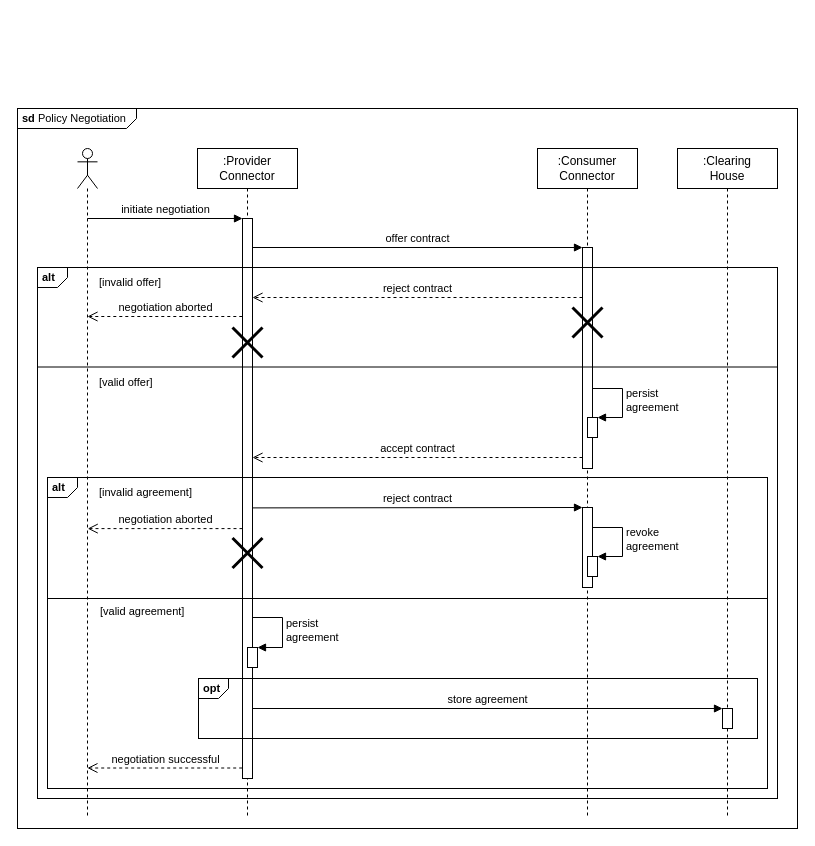
Earlier version of the draw.io diagram documentation/3_Layers_of_the_Reference_Architecture_Model/3_3_Process_Layer/media/policy-negotiation-sequence-2.drawio (International-Data-Spaces-Association/IDS-RAM_4_0). Source tidied: cells renumbered, new cells numbered last; positions are measured from the earlier drawing's top-left corner, leaving out a move shared by most shapes. Both pictures are drawn from the tidied source at 100%, with x=0, y=0 at pixel (17, 108).
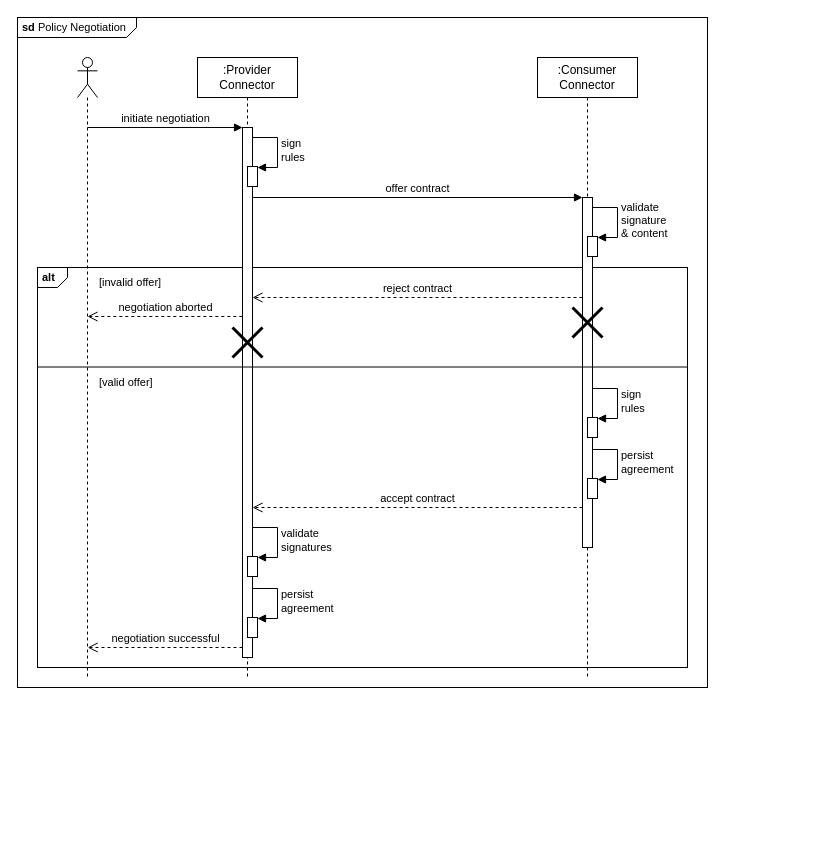
Above is the later version.

Commit message (it also covers changes not shown here):
chore: update sequence diagrams

Diff of the diagram source:
```diff
@@
     <mxCell id="2" value="&lt;p style=&quot;margin: 0px ; margin-top: 4px ; margin-left: 5px ; text-align: left&quot;&gt;&lt;b&gt;sd&lt;/b&gt;  Policy Negotiation&lt;/p&gt;" style="html=1;shape=mxgraph.sysml.package;overflow=fill;labelX=119.69;align=left;spacingLeft=5;verticalAlign=top;spacingTop=-3;fontSize=11;fillColor=none;" parent="1" vertex="1">
-      <mxGeometry width="780" height="720" as="geometry" />
+      <mxGeometry y="-91" width="690" height="670" as="geometry" />
     </mxCell>
+    <mxCell id="37" value="&lt;p style=&quot;margin: 4px 0px 0px 5px ; text-align: left ; font-size: 11px&quot;&gt;&lt;b&gt;alt&amp;nbsp;&lt;/b&gt;&lt;/p&gt;" style="html=1;shape=mxgraph.sysml.package;overflow=fill;labelX=30.42;align=left;spacingLeft=5;verticalAlign=top;spacingTop=-3;gradientColor=none;fillColor=none;fontSize=11;" parent="1" vertex="1">
+      <mxGeometry x="20" y="159" width="650" height="400" as="geometry" />
+    </mxCell>
     <mxCell id="3" style="shape=umlLifeline;participant=umlActor;perimeter=lifelinePerimeter;whiteSpace=wrap;html=1;verticalAlign=top;spacingTop=36;" parent="1" vertex="1">
-      <mxGeometry x="60" y="40" width="20" height="670" as="geometry" />
+      <mxGeometry x="60" y="-51" width="20" height="620" as="geometry" />
     </mxCell>
     <mxCell id="4" value=":Provider&lt;br&gt;Connector" style="shape=umlLifeline;perimeter=lifelinePerimeter;whiteSpace=wrap;html=1;" parent="1" vertex="1">
-      <mxGeometry x="180" y="40" width="100" height="670" as="geometry" />
+      <mxGeometry x="180" y="-51" width="100" height="620" as="geometry" />
     </mxCell>
     <mxCell id="5" style="html=1;points=[];perimeter=orthogonalPerimeter;" parent="4" vertex="1">
-      <mxGeometry x="45" y="70" width="10" height="560" as="geometry" />
+      <mxGeometry x="45" y="70" width="10" height="530" as="geometry" />
     </mxCell>
-    <mxCell id="6" style="shape=umlDestroy;whiteSpace=wrap;html=1;strokeWidth=3;fontSize=11;fillColor=#FFFFFF;gradientColor=none;" parent="4" vertex="1">
-      <mxGeometry x="35" y="389.5" width="30" height="30" as="geometry" />
-    </mxCell>
-    <mxCell id="7" value="negotiation aborted" style="html=1;verticalAlign=bottom;endArrow=open;dashed=1;endSize=8;rounded=0;exitX=-0.031;exitY=0.975;exitDx=0;exitDy=0;exitPerimeter=0;" parent="4" edge="1">
-      <mxGeometry relative="1" as="geometry">
-        <mxPoint x="45" y="380.1" as="sourcePoint" />
-        <mxPoint x="-109.8" y="380.1" as="targetPoint" />
-      </mxGeometry>
-    </mxCell>
-    <mxCell id="8" style="endArrow=none;html=1;rounded=0;exitX=0;exitY=0.5;exitDx=0;exitDy=0;exitPerimeter=0;entryX=1;entryY=0.5;entryDx=0;entryDy=0;entryPerimeter=0;" parent="4" edge="1">
-      <mxGeometry relative="1" as="geometry">
-        <mxPoint x="-150" y="450" as="sourcePoint" />
-        <mxPoint x="570" y="450" as="targetPoint" />
-      </mxGeometry>
-    </mxCell>
-    <mxCell id="9" value="&lt;font style=&quot;font-size: 11px&quot;&gt;[invalid agreement]&lt;/font&gt;" style="text;html=1;strokeColor=none;fillColor=none;align=left;verticalAlign=middle;whiteSpace=wrap;rounded=0;fontSize=11;" parent="4" vertex="1">
-      <mxGeometry x="-100" y="329" width="100" height="30" as="geometry" />
-    </mxCell>
-    <mxCell id="10" value="&lt;font style=&quot;font-size: 11px&quot;&gt;[valid agreement]&lt;/font&gt;" style="text;html=1;strokeColor=none;fillColor=none;align=left;verticalAlign=middle;whiteSpace=wrap;rounded=0;fontSize=11;" parent="4" vertex="1">
-      <mxGeometry x="-99" y="448" width="100" height="30" as="geometry" />
-    </mxCell>
-    <mxCell id="11" value="&lt;p style=&quot;margin: 4px 0px 0px 5px ; text-align: left ; font-size: 11px&quot;&gt;&lt;b&gt;opt&lt;/b&gt;&lt;br&gt;&lt;/p&gt;" style="html=1;shape=mxgraph.sysml.package;overflow=fill;labelX=30.42;align=left;spacingLeft=5;verticalAlign=top;spacingTop=-3;gradientColor=none;fillColor=none;fontSize=11;" parent="4" vertex="1">
-      <mxGeometry x="1" y="530" width="559" height="60" as="geometry" />
-    </mxCell>
-    <mxCell id="12" value="&lt;p style=&quot;margin: 4px 0px 0px 5px ; text-align: left ; font-size: 11px&quot;&gt;&lt;b&gt;alt&amp;nbsp;&lt;/b&gt;&lt;br&gt;&lt;/p&gt;" style="html=1;shape=mxgraph.sysml.package;overflow=fill;labelX=30.42;align=left;spacingLeft=5;verticalAlign=top;spacingTop=-3;gradientColor=none;fillColor=none;fontSize=11;" parent="4" vertex="1">
-      <mxGeometry x="-150" y="329" width="720" height="311" as="geometry" />
-    </mxCell>
+    <mxCell id="38" style="html=1;perimeter=orthogonalPerimeter;fontSize=11;fillColor=#FFFFFF;gradientColor=none;" parent="4" vertex="1">
+      <mxGeometry x="50" y="109" width="10" height="20" as="geometry" />
+    </mxCell>
+    <mxCell id="39" value="sign&lt;br&gt;rules" style="edgeStyle=orthogonalEdgeStyle;html=1;align=left;spacingLeft=2;endArrow=block;rounded=0;entryX=1;entryY=0;fontSize=11;" parent="4" edge="1">
+      <mxGeometry relative="1" as="geometry">
+        <mxPoint x="55" y="80" as="sourcePoint" />
+        <mxPoint x="60" y="110" as="targetPoint" />
+        <Array as="points">
+          <mxPoint x="80" y="80" />
+        </Array>
+      </mxGeometry>
+    </mxCell>
+    <mxCell id="40" style="html=1;perimeter=orthogonalPerimeter;fontSize=11;fillColor=#FFFFFF;gradientColor=none;" parent="4" vertex="1">
+      <mxGeometry x="50" y="499" width="10" height="20" as="geometry" />
+    </mxCell>
+    <mxCell id="41" value="validate&lt;br&gt;signatures" style="edgeStyle=orthogonalEdgeStyle;html=1;align=left;spacingLeft=2;endArrow=block;rounded=0;entryX=1;entryY=0;fontSize=11;" parent="4" edge="1">
+      <mxGeometry relative="1" as="geometry">
+        <mxPoint x="55" y="470" as="sourcePoint" />
+        <mxPoint x="60" y="500" as="targetPoint" />
+        <Array as="points">
+          <mxPoint x="80" y="470" />
+        </Array>
+      </mxGeometry>
+    </mxCell>
+    <mxCell id="42" style="html=1;perimeter=orthogonalPerimeter;fontSize=11;fillColor=#FFFFFF;gradientColor=none;" parent="4" vertex="1">
+      <mxGeometry x="50" y="560" width="10" height="20" as="geometry" />
+    </mxCell>
+    <mxCell id="43" value="persist&lt;br&gt;agreement" style="edgeStyle=orthogonalEdgeStyle;html=1;align=left;spacingLeft=2;endArrow=block;rounded=0;entryX=1;entryY=0;fontSize=11;" parent="4" edge="1">
+      <mxGeometry relative="1" as="geometry">
+        <mxPoint x="55" y="531" as="sourcePoint" />
+        <mxPoint x="60" y="561" as="targetPoint" />
+        <Array as="points">
+          <mxPoint x="80" y="531" />
+        </Array>
+      </mxGeometry>
+    </mxCell>
+    <mxCell id="20" value="negotiation successful" style="html=1;verticalAlign=bottom;endArrow=open;dashed=1;endSize=8;rounded=0;exitX=-0.031;exitY=0.975;exitDx=0;exitDy=0;exitPerimeter=0;" parent="4" edge="1">
+      <mxGeometry relative="1" as="geometry">
+        <mxPoint x="45" y="590" as="sourcePoint" />
+        <mxPoint x="-109.8" y="590" as="targetPoint" />
+      </mxGeometry>
+    </mxCell>
     <mxCell id="13" value=":Consumer&lt;br&gt;Connector" style="shape=umlLifeline;perimeter=lifelinePerimeter;whiteSpace=wrap;html=1;" parent="1" vertex="1">
-      <mxGeometry x="520" y="40" width="100" height="670" as="geometry" />
+      <mxGeometry x="520" y="-51" width="100" height="620" as="geometry" />
     </mxCell>
     <mxCell id="14" style="html=1;points=[];perimeter=orthogonalPerimeter;" parent="13" vertex="1">
-      <mxGeometry x="45" y="99" width="10" height="221" as="geometry" />
+      <mxGeometry x="45" y="140" width="10" height="350" as="geometry" />
     </mxCell>
-    <mxCell id="15" style="html=1;perimeter=orthogonalPerimeter;fontSize=11;" parent="13" vertex="1">
-      <mxGeometry x="45" y="359" width="10" height="80" as="geometry" />
-    </mxCell>
-    <mxCell id="16" value="reject contract" style="html=1;verticalAlign=bottom;endArrow=block;rounded=0;fontSize=11;startSize=6;exitX=1;exitY=0.601;exitDx=0;exitDy=0;exitPerimeter=0;" parent="13" edge="1">
-      <mxGeometry relative="1" as="geometry">
-        <mxPoint x="-285" y="359.4" as="sourcePoint" />
-        <mxPoint x="45" y="359" as="targetPoint" />
-      </mxGeometry>
-    </mxCell>
-    <mxCell id="17" style="html=1;points=[];perimeter=orthogonalPerimeter;fontSize=11;" parent="13" vertex="1">
-      <mxGeometry x="50" y="269" width="10" height="20" as="geometry" />
-    </mxCell>
-    <mxCell id="18" value="persist&lt;br&gt;agreement" style="edgeStyle=orthogonalEdgeStyle;html=1;align=left;spacingLeft=2;endArrow=block;rounded=0;entryX=1;entryY=0;fontSize=11;startSize=6;" parent="13" edge="1" target="17">
-      <mxGeometry relative="1" as="geometry">
-        <mxPoint x="55" y="240" as="sourcePoint" />
-        <Array as="points">
-          <mxPoint x="85" y="240" />
-        </Array>
-      </mxGeometry>
-    </mxCell>
+    <mxCell id="44" style="html=1;perimeter=orthogonalPerimeter;fontSize=11;fillColor=#FFFFFF;gradientColor=none;" parent="13" vertex="1">
+      <mxGeometry x="50" y="360" width="10" height="20" as="geometry" />
+    </mxCell>
+    <mxCell id="45" value="sign&lt;br&gt;rules" style="edgeStyle=orthogonalEdgeStyle;html=1;align=left;spacingLeft=2;endArrow=block;rounded=0;entryX=1;entryY=0;fontSize=11;" parent="13" edge="1">
+      <mxGeometry relative="1" as="geometry">
+        <mxPoint x="55" y="331" as="sourcePoint" />
+        <mxPoint x="60" y="361" as="targetPoint" />
+        <Array as="points">
+          <mxPoint x="80" y="331" />
+        </Array>
+      </mxGeometry>
+    </mxCell>
+    <mxCell id="46" style="html=1;perimeter=orthogonalPerimeter;fontSize=11;fillColor=#FFFFFF;gradientColor=none;" parent="13" vertex="1">
+      <mxGeometry x="50" y="179" width="10" height="20" as="geometry" />
+    </mxCell>
+    <mxCell id="47" value="validate&lt;br&gt;signature&lt;br&gt;&amp;amp; content" style="edgeStyle=orthogonalEdgeStyle;html=1;align=left;spacingLeft=2;endArrow=block;rounded=0;entryX=1;entryY=0;fontSize=11;" parent="13" edge="1">
+      <mxGeometry relative="1" as="geometry">
+        <mxPoint x="55" y="150" as="sourcePoint" />
+        <mxPoint x="60" y="180" as="targetPoint" />
+        <Array as="points">
+          <mxPoint x="80" y="150" />
+        </Array>
+      </mxGeometry>
+    </mxCell>
+    <mxCell id="48" style="html=1;perimeter=orthogonalPerimeter;fontSize=11;fillColor=#FFFFFF;gradientColor=none;" parent="13" vertex="1">
+      <mxGeometry x="50" y="421" width="10" height="20" as="geometry" />
+    </mxCell>
+    <mxCell id="49" value="persist&lt;br&gt;agreement" style="edgeStyle=orthogonalEdgeStyle;html=1;align=left;spacingLeft=2;endArrow=block;rounded=0;entryX=1;entryY=0;fontSize=11;" parent="13" edge="1">
+      <mxGeometry relative="1" as="geometry">
+        <mxPoint x="55" y="392" as="sourcePoint" />
+        <mxPoint x="60" y="422" as="targetPoint" />
+        <Array as="points">
+          <mxPoint x="80" y="392" />
+        </Array>
+      </mxGeometry>
+    </mxCell>
     <mxCell id="19" value="initiate negotiation" style="html=1;verticalAlign=bottom;endArrow=block;entryX=0;entryY=0;rounded=0;" parent="1" edge="1" target="5">
       <mxGeometry relative="1" as="geometry">
-        <mxPoint x="69.9" y="110" as="sourcePoint" />
+        <mxPoint x="69.9" y="19" as="sourcePoint" />
       </mxGeometry>
     </mxCell>
-    <mxCell id="20" value="negotiation successful" style="html=1;verticalAlign=bottom;endArrow=open;dashed=1;endSize=8;rounded=0;exitX=-0.031;exitY=0.975;exitDx=0;exitDy=0;exitPerimeter=0;" parent="1" edge="1">
-      <mxGeometry relative="1" as="geometry">
-        <mxPoint x="224.7" y="659.5" as="sourcePoint" />
-        <mxPoint x="69.9" y="659.5" as="targetPoint" />
-      </mxGeometry>
-    </mxCell>
     <mxCell id="21" value="offer contract" style="html=1;verticalAlign=bottom;endArrow=block;entryX=0;entryY=0;rounded=0;" parent="1" edge="1" target="14">
       <mxGeometry relative="1" as="geometry">
-        <mxPoint x="235" y="139" as="sourcePoint" />
+        <mxPoint x="235" y="89" as="sourcePoint" />
       </mxGeometry>
     </mxCell>
-    <mxCell id="22" style="endArrow=none;html=1;rounded=0;exitX=0;exitY=0.25;exitDx=0;exitDy=0;exitPerimeter=0;entryX=1;entryY=0.25;entryDx=0;entryDy=0;entryPerimeter=0;" parent="1" edge="1">
+    <mxCell id="22" style="endArrow=none;html=1;rounded=0;exitX=0;exitY=0.25;exitDx=0;exitDy=0;exitPerimeter=0;strokeWidth=1;entryX=1;entryY=0.25;entryDx=0;entryDy=0;entryPerimeter=0;" parent="1" edge="1">
       <mxGeometry relative="1" as="geometry">
         <mxPoint x="20" y="258.5" as="sourcePoint" />
-        <mxPoint x="760" y="258.5" as="targetPoint" />
+        <mxPoint x="670" y="258.5" as="targetPoint" />
       </mxGeometry>
     </mxCell>
     <mxCell id="23" value="accept contract" style="html=1;verticalAlign=bottom;endArrow=open;dashed=1;endSize=8;exitX=0;exitY=0.95;rounded=0;" parent="1" edge="1">
       <mxGeometry relative="1" as="geometry">
-        <mxPoint x="565" y="349" as="sourcePoint" />
-        <mxPoint x="235" y="349" as="targetPoint" />
+        <mxPoint x="565" y="399" as="sourcePoint" />
+        <mxPoint x="235" y="399" as="targetPoint" />
       </mxGeometry>
     </mxCell>
@@
-    <mxCell id="26" value=":Clearing&lt;br&gt;House" style="shape=umlLifeline;perimeter=lifelinePerimeter;whiteSpace=wrap;html=1;" parent="1" vertex="1">
-      <mxGeometry x="660" y="40" width="100" height="670" as="geometry" />
-    </mxCell>
-    <mxCell id="27" style="html=1;perimeter=orthogonalPerimeter;fontSize=11;fillColor=#FFFFFF;gradientColor=none;" parent="26" vertex="1">
-      <mxGeometry x="45" y="560" width="10" height="20" as="geometry" />
-    </mxCell>
-    <mxCell id="28" value="store agreement" style="html=1;verticalAlign=bottom;endArrow=block;entryX=0;entryY=0;rounded=0;fontSize=11;" parent="1" edge="1">
-      <mxGeometry relative="1" as="geometry">
-        <mxPoint x="235" y="600" as="sourcePoint" />
-        <mxPoint x="705" y="600" as="targetPoint" />
-      </mxGeometry>
-    </mxCell>
@@
-    <mxCell id="33" style="html=1;points=[];perimeter=orthogonalPerimeter;fontSize=11;" parent="1" vertex="1">
-      <mxGeometry x="570" y="448" width="10" height="20" as="geometry" />
-    </mxCell>
-    <mxCell id="34" value="revoke&lt;br&gt;agreement" style="edgeStyle=orthogonalEdgeStyle;html=1;align=left;spacingLeft=2;endArrow=block;rounded=0;entryX=1;entryY=0;fontSize=11;startSize=6;" parent="1" edge="1" target="33">
-      <mxGeometry relative="1" as="geometry">
-        <mxPoint x="575" y="419" as="sourcePoint" />
-        <Array as="points">
-          <mxPoint x="605" y="419" />
-        </Array>
-      </mxGeometry>
-    </mxCell>
-    <mxCell id="35" style="html=1;points=[];perimeter=orthogonalPerimeter;fontSize=11;" parent="1" vertex="1">
-      <mxGeometry x="230" y="539" width="10" height="20" as="geometry" />
-    </mxCell>
-    <mxCell id="36" value="persist&lt;br&gt;agreement" style="edgeStyle=orthogonalEdgeStyle;html=1;align=left;spacingLeft=2;endArrow=block;rounded=0;entryX=1;entryY=0;fontSize=11;startSize=6;" parent="1" edge="1" target="35">
-      <mxGeometry relative="1" as="geometry">
-        <mxPoint x="235" y="509" as="sourcePoint" />
-        <Array as="points">
-          <mxPoint x="265" y="509" />
-        </Array>
-      </mxGeometry>
-    </mxCell>
-    <mxCell id="37" value="&lt;p style=&quot;margin: 4px 0px 0px 5px ; text-align: left ; font-size: 11px&quot;&gt;&lt;b&gt;alt&amp;nbsp;&lt;/b&gt;&lt;/p&gt;" style="html=1;shape=mxgraph.sysml.package;overflow=fill;labelX=30.42;align=left;spacingLeft=5;verticalAlign=top;spacingTop=-3;gradientColor=none;fillColor=none;fontSize=11;" parent="1" vertex="1">
-      <mxGeometry x="20" y="159" width="740" height="531" as="geometry" />
-    </mxCell>
```
